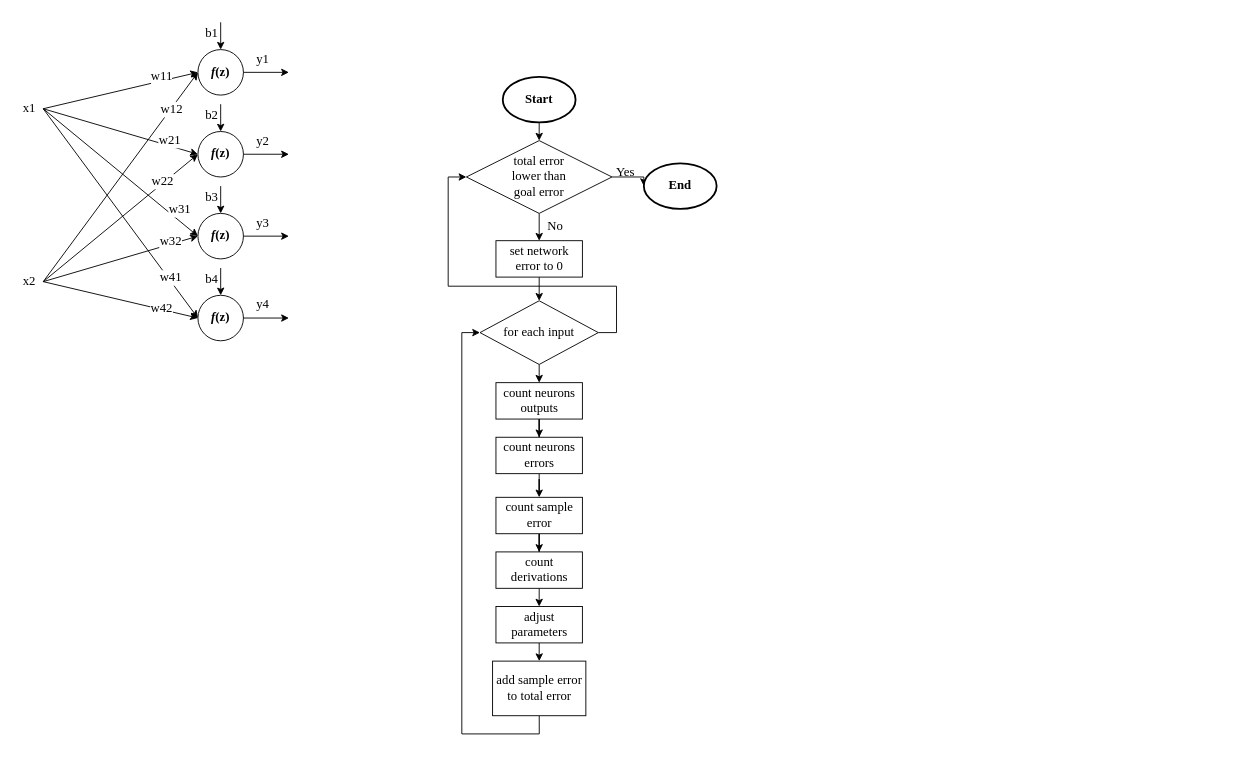
jurkovicmartin/ML-Fundamentals keeps this draw.io diagram as page "Network" (1 of 2) of SingleLayer/README_img/network.drawio. Above is the earlier version. Source tidied: cells renumbered, new cells numbered last; positions are measured from the earlier drawing's top-left corner, leaving out a move shared by most shapes. Both pictures are drawn from the tidied source at 91%, with x=0, y=0 at pixel (15, 22).
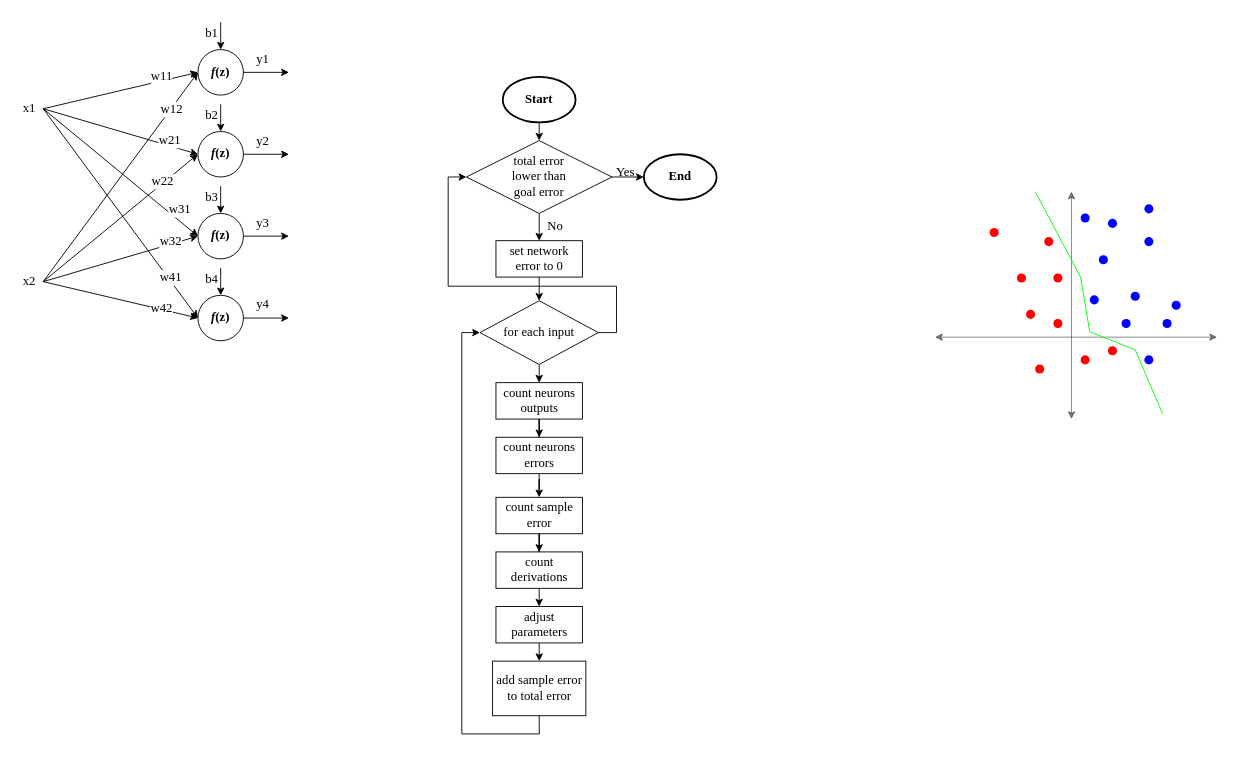
Above is the later version.

Diff of the diagram source:
```diff
@@
     <mxCell id="51" value="End" style="ellipse;whiteSpace=wrap;html=1;fontFamily=Times New Roman;fontSize=14;fontStyle=1;strokeWidth=2;" parent="1" vertex="1">
-      <mxGeometry x="690" y="155" width="80" height="50" as="geometry" />
+      <mxGeometry x="690" y="145" width="80" height="50" as="geometry" />
     </mxCell>
@@
+    <mxCell id="65" style="endArrow=classic;startArrow=classic;html=1;rounded=0;opacity=50;" parent="1" edge="1">
+      <mxGeometry relative="1" as="geometry">
+        <mxPoint x="1010" y="346" as="sourcePoint" />
+        <mxPoint x="1320" y="346" as="targetPoint" />
+      </mxGeometry>
+    </mxCell>
+    <mxCell id="66" style="endArrow=classic;startArrow=classic;html=1;rounded=0;opacity=50;" parent="1" edge="1">
+      <mxGeometry relative="1" as="geometry">
+        <mxPoint x="1160" y="186" as="sourcePoint" />
+        <mxPoint x="1160" y="436" as="targetPoint" />
+      </mxGeometry>
+    </mxCell>
+    <mxCell id="67" style="ellipse;whiteSpace=wrap;html=1;fillColor=#0000ff;strokeColor=none;" parent="1" vertex="1">
+      <mxGeometry x="1190" y="256" width="10" height="10" as="geometry" />
+    </mxCell>
+    <mxCell id="68" style="ellipse;whiteSpace=wrap;html=1;fillColor=#0000ff;strokeColor=none;" parent="1" vertex="1">
+      <mxGeometry x="1225" y="296" width="10" height="10" as="geometry" />
+    </mxCell>
+    <mxCell id="69" style="ellipse;whiteSpace=wrap;html=1;fillColor=#0000ff;strokeColor=none;" parent="1" vertex="1">
+      <mxGeometry x="1240" y="236" width="10" height="10" as="geometry" />
+    </mxCell>
+    <mxCell id="70" style="ellipse;whiteSpace=wrap;html=1;fillColor=#0000ff;strokeColor=none;" parent="1" vertex="1">
+      <mxGeometry x="1270" y="306" width="10" height="10" as="geometry" />
+    </mxCell>
+    <mxCell id="71" style="ellipse;whiteSpace=wrap;html=1;fillColor=#0000ff;strokeColor=none;" parent="1" vertex="1">
+      <mxGeometry x="1200" y="216" width="10" height="10" as="geometry" />
+    </mxCell>
+    <mxCell id="72" style="ellipse;whiteSpace=wrap;html=1;fillColor=#0000ff;strokeColor=none;" parent="1" vertex="1">
+      <mxGeometry x="1240" y="366" width="10" height="10" as="geometry" />
+    </mxCell>
+    <mxCell id="73" style="ellipse;whiteSpace=wrap;html=1;fillColor=#ff0000;strokeColor=none;" parent="1" vertex="1">
+      <mxGeometry x="1100" y="276" width="10" height="10" as="geometry" />
+    </mxCell>
+    <mxCell id="74" style="ellipse;whiteSpace=wrap;html=1;fillColor=#0000ff;strokeColor=none;" parent="1" vertex="1">
+      <mxGeometry x="1260" y="326" width="10" height="10" as="geometry" />
+    </mxCell>
+    <mxCell id="75" style="ellipse;whiteSpace=wrap;html=1;fillColor=#ff0000;strokeColor=none;" parent="1" vertex="1">
+      <mxGeometry x="1140" y="326" width="10" height="10" as="geometry" />
+    </mxCell>
+    <mxCell id="76" style="ellipse;whiteSpace=wrap;html=1;fillColor=#ff0000;strokeColor=none;" parent="1" vertex="1">
+      <mxGeometry x="1130" y="236" width="10" height="10" as="geometry" />
+    </mxCell>
+    <mxCell id="77" style="ellipse;whiteSpace=wrap;html=1;fillColor=#ff0000;strokeColor=none;" parent="1" vertex="1">
+      <mxGeometry x="1110" y="316" width="10" height="10" as="geometry" />
+    </mxCell>
+    <mxCell id="78" style="ellipse;whiteSpace=wrap;html=1;fillColor=#ff0000;strokeColor=none;" parent="1" vertex="1">
+      <mxGeometry x="1170" y="366" width="10" height="10" as="geometry" />
+    </mxCell>
+    <mxCell id="79" style="ellipse;whiteSpace=wrap;html=1;fillColor=#ff0000;strokeColor=none;" parent="1" vertex="1">
+      <mxGeometry x="1120" y="376" width="10" height="10" as="geometry" />
+    </mxCell>
+    <mxCell id="80" style="ellipse;whiteSpace=wrap;html=1;fillColor=#ff0000;strokeColor=none;" parent="1" vertex="1">
+      <mxGeometry x="1070" y="226" width="10" height="10" as="geometry" />
+    </mxCell>
+    <mxCell id="81" style="ellipse;whiteSpace=wrap;html=1;fillColor=#ff0000;strokeColor=none;" parent="1" vertex="1">
+      <mxGeometry x="1140" y="276" width="10" height="10" as="geometry" />
+    </mxCell>
+    <mxCell id="82" style="endArrow=none;html=1;rounded=0;strokeColor=#00ff00;" parent="1" edge="1">
+      <mxGeometry relative="1" as="geometry">
+        <mxPoint x="1120" y="186" as="sourcePoint" />
+        <mxPoint x="1170" y="280" as="targetPoint" />
+      </mxGeometry>
+    </mxCell>
+    <mxCell id="83" style="ellipse;whiteSpace=wrap;html=1;fillColor=#0000ff;strokeColor=none;" parent="1" vertex="1">
+      <mxGeometry x="1180" y="300" width="10" height="10" as="geometry" />
+    </mxCell>
+    <mxCell id="84" style="ellipse;whiteSpace=wrap;html=1;fillColor=#0000ff;strokeColor=none;" parent="1" vertex="1">
+      <mxGeometry x="1170" y="210" width="10" height="10" as="geometry" />
+    </mxCell>
+    <mxCell id="85" style="ellipse;whiteSpace=wrap;html=1;fillColor=#0000ff;strokeColor=none;" parent="1" vertex="1">
+      <mxGeometry x="1240" y="200" width="10" height="10" as="geometry" />
+    </mxCell>
+    <mxCell id="86" style="ellipse;whiteSpace=wrap;html=1;fillColor=#0000ff;strokeColor=none;" parent="1" vertex="1">
+      <mxGeometry x="1215" y="326" width="10" height="10" as="geometry" />
+    </mxCell>
+    <mxCell id="87" style="ellipse;whiteSpace=wrap;html=1;fillColor=#ff0000;strokeColor=none;" parent="1" vertex="1">
+      <mxGeometry x="1200" y="356" width="10" height="10" as="geometry" />
+    </mxCell>
+    <mxCell id="88" style="endArrow=none;html=1;rounded=0;strokeColor=#00ff00;" parent="1" edge="1">
+      <mxGeometry relative="1" as="geometry">
+        <mxPoint x="1180" y="340" as="sourcePoint" />
+        <mxPoint x="1170" y="280" as="targetPoint" />
+      </mxGeometry>
+    </mxCell>
+    <mxCell id="89" style="endArrow=none;html=1;rounded=0;strokeColor=#00ff00;" parent="1" edge="1">
+      <mxGeometry relative="1" as="geometry">
+        <mxPoint x="1180" y="340" as="sourcePoint" />
+        <mxPoint x="1230" y="360" as="targetPoint" />
+      </mxGeometry>
+    </mxCell>
+    <mxCell id="90" style="endArrow=none;html=1;rounded=0;strokeColor=#00ff00;" parent="1" edge="1">
+      <mxGeometry relative="1" as="geometry">
+        <mxPoint x="1230" y="360" as="sourcePoint" />
+        <mxPoint x="1260" y="430" as="targetPoint" />
+      </mxGeometry>
+    </mxCell>
```
